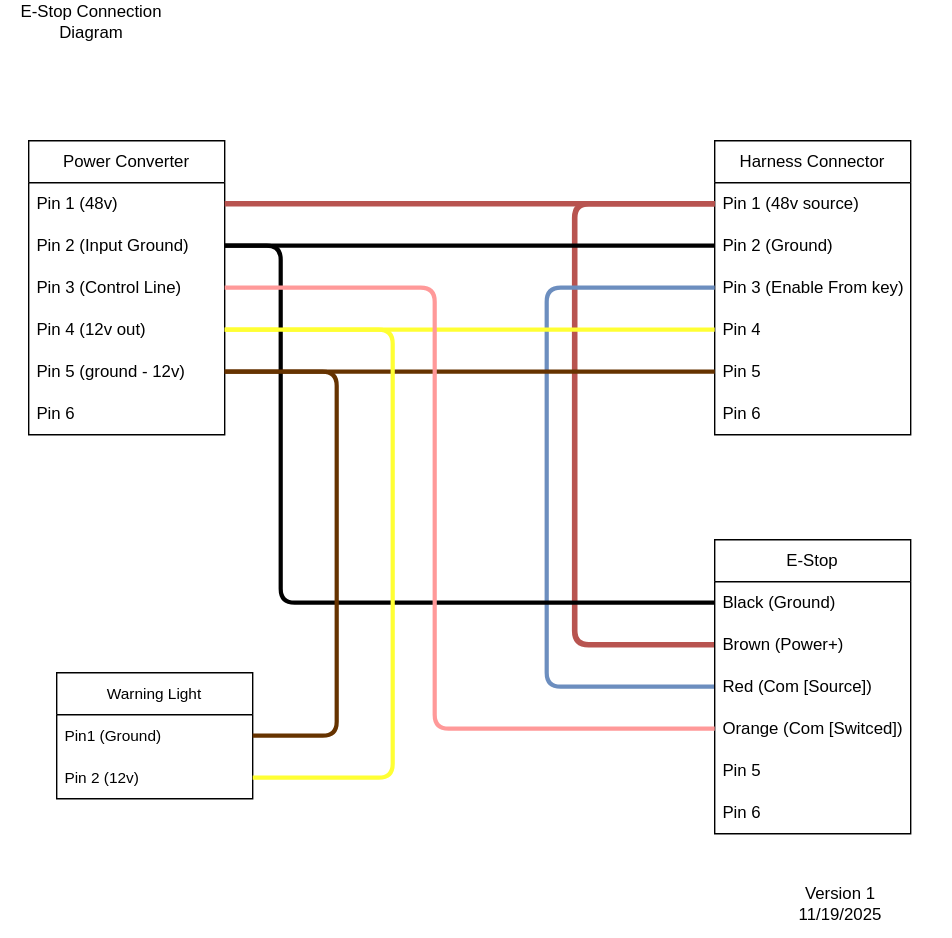
Earlier version of the draw.io export docs/estop_harness.drawio.svg (casmer/mower_controller). Source tidied: cells renumbered, new cells last; positions are measured from the earlier drawing's top-left corner, leaving out a move shared by most shapes.
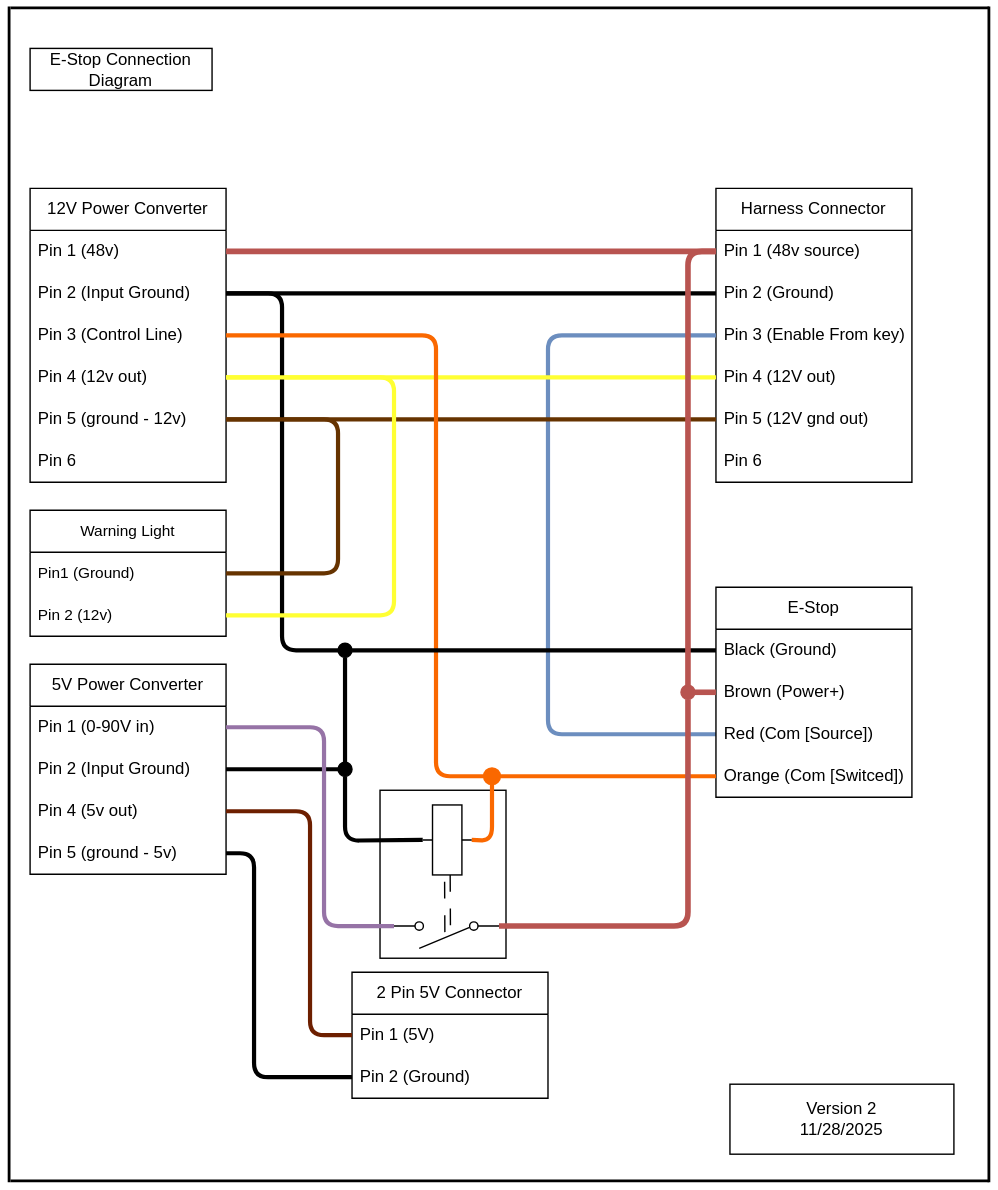
Later version of the same file.

Commit message:
estop wiring harness diagram

Change to the diagram source:
```diff
@@ -4,3 +4,6 @@
     <mxCell id="1" parent="0" />
+    <mxCell id="38" style="rounded=0;whiteSpace=wrap;html=1;fontFamily=Helvetica;fontSize=11;fontColor=default;labelBackgroundColor=default;" parent="1" vertex="1">
+      <mxGeometry x="270" y="530" width="90" height="120" as="geometry" />
+    </mxCell>
-    <mxCell id="2" value="Power Converter" style="swimlane;fontStyle=0;horizontal=1;startSize=30;whiteSpace=wrap;html=1;" parent="1" vertex="1">
+    <mxCell id="2" value="12V Power Converter" style="swimlane;fontStyle=0;horizontal=1;startSize=30;whiteSpace=wrap;html=1;" parent="1" vertex="1">
       <mxGeometry x="20" y="100" width="140" height="210" as="geometry" />
@@ -37,6 +40,6 @@
     </mxCell>
-    <mxCell id="13" value="Pin 4" style="text;strokeColor=none;fillColor=none;align=left;verticalAlign=middle;spacingLeft=4;spacingRight=4;overflow=hidden;points=[[0,0.5],[1,0.5]];portConstraint=eastwest;whiteSpace=wrap;html=1;" parent="9" vertex="1">
+    <mxCell id="13" value="Pin 4 (12V out)" style="text;strokeColor=none;fillColor=none;align=left;verticalAlign=middle;spacingLeft=4;spacingRight=4;overflow=hidden;points=[[0,0.5],[1,0.5]];portConstraint=eastwest;whiteSpace=wrap;html=1;" parent="9" vertex="1">
       <mxGeometry y="120" width="140" height="30" as="geometry" />
     </mxCell>
-    <mxCell id="14" value="Pin 5" style="text;strokeColor=none;fillColor=none;align=left;verticalAlign=middle;spacingLeft=4;spacingRight=4;overflow=hidden;points=[[0,0.5],[1,0.5]];portConstraint=eastwest;whiteSpace=wrap;html=1;" parent="9" vertex="1">
+    <mxCell id="14" value="Pin 5 (12V gnd out)" style="text;strokeColor=none;fillColor=none;align=left;verticalAlign=middle;spacingLeft=4;spacingRight=4;overflow=hidden;points=[[0,0.5],[1,0.5]];portConstraint=eastwest;whiteSpace=wrap;html=1;" parent="9" vertex="1">
       <mxGeometry y="150" width="140" height="30" as="geometry" />
@@ -46,10 +49,2 @@
     </mxCell>
-    <mxCell id="16" style="edgeStyle=none;html=1;entryX=0;entryY=0.5;entryDx=0;entryDy=0;exitX=0;exitY=0.5;exitDx=0;exitDy=0;rounded=1;strokeColor=#b85450;align=center;verticalAlign=middle;fontFamily=Helvetica;fontSize=11;fontColor=default;labelBackgroundColor=default;endArrow=none;endFill=0;fillColor=#f8cecc;strokeWidth=4;jumpStyle=arc;" parent="1" edge="1" source="23" target="10">
-      <mxGeometry relative="1" as="geometry">
-        <Array as="points">
-          <mxPoint x="410" y="460" />
-          <mxPoint x="410" y="145" />
-        </Array>
-      </mxGeometry>
-    </mxCell>
     <mxCell id="17" style="edgeStyle=none;html=1;entryX=0;entryY=0.5;entryDx=0;entryDy=0;rounded=1;strokeColor=default;align=center;verticalAlign=middle;fontFamily=Helvetica;fontSize=11;fontColor=default;labelBackgroundColor=default;endArrow=none;endFill=0;strokeWidth=3;jumpStyle=none;" parent="1" edge="1" source="4" target="11">
@@ -72,3 +67,3 @@
     <mxCell id="21" value="E-Stop" style="swimlane;fontStyle=0;horizontal=1;startSize=30;whiteSpace=wrap;html=1;" parent="1" vertex="1">
-      <mxGeometry x="510" y="385" width="140" height="210" as="geometry" />
+      <mxGeometry x="510" y="385" width="140" height="150" as="geometry" />
     </mxCell>
@@ -86,10 +81,6 @@
     </mxCell>
-    <mxCell id="26" value="Pin 5" style="text;strokeColor=none;fillColor=none;align=left;verticalAlign=middle;spacingLeft=4;spacingRight=4;overflow=hidden;whiteSpace=wrap;html=1;" parent="21" vertex="1">
-      <mxGeometry y="150" width="140" height="30" as="geometry" />
-    </mxCell>
-    <mxCell id="27" value="Pin 6" style="text;strokeColor=none;fillColor=none;align=left;verticalAlign=middle;spacingLeft=4;spacingRight=4;overflow=hidden;whiteSpace=wrap;html=1;" parent="21" vertex="1">
-      <mxGeometry y="180" width="140" height="30" as="geometry" />
-    </mxCell>
-    <mxCell id="28" style="edgeStyle=none;html=1;entryX=0;entryY=0.5;entryDx=0;entryDy=0;rounded=1;strokeColor=default;align=center;verticalAlign=middle;fontFamily=Helvetica;fontSize=11;fontColor=default;labelBackgroundColor=default;endArrow=none;endFill=0;strokeWidth=3;jumpStyle=none;" parent="1" edge="1" source="4" target="22">
+    <mxCell id="28" style="edgeStyle=none;html=1;rounded=1;strokeColor=default;align=center;verticalAlign=middle;fontFamily=Helvetica;fontSize=11;fontColor=default;labelBackgroundColor=default;endArrow=none;endFill=0;strokeWidth=3;jumpStyle=none;entryX=0;entryY=0.5;entryDx=0;entryDy=0;" parent="1" edge="1">
       <mxGeometry relative="1" as="geometry">
+        <mxPoint x="160" y="175" as="sourcePoint" />
+        <mxPoint x="240" y="430" as="targetPoint" />
         <Array as="points">
@@ -97,2 +88,3 @@
           <mxPoint x="200" y="430" />
+          <mxPoint x="220" y="430" />
         </Array>
@@ -101,3 +93,3 @@
     <mxCell id="29" value="Warning Light" style="swimlane;fontStyle=0;horizontal=1;startSize=30;whiteSpace=wrap;html=1;fontFamily=Helvetica;fontSize=11;fontColor=default;labelBackgroundColor=default;" parent="1" vertex="1">
-      <mxGeometry x="40" y="480" width="140" height="90" as="geometry" />
+      <mxGeometry x="20" y="330" width="140" height="90" as="geometry" />
     </mxCell>
@@ -112,3 +104,3 @@
         <Array as="points">
-          <mxPoint x="240" y="525" />
+          <mxPoint x="240" y="375" />
           <mxPoint x="240" y="265" />
@@ -120,3 +112,3 @@
         <Array as="points">
-          <mxPoint x="280" y="555" />
+          <mxPoint x="280" y="405" />
           <mxPoint x="280" y="235" />
@@ -128,3 +120,3 @@
     </mxCell>
-    <mxCell id="35" style="edgeStyle=none;shape=connector;rounded=1;html=1;entryX=0;entryY=0.5;entryDx=0;entryDy=0;strokeColor=#FF9999;align=center;verticalAlign=middle;fontFamily=Helvetica;fontSize=11;fontColor=default;labelBackgroundColor=default;endArrow=none;endFill=0;fillColor=#fad9d5;strokeWidth=3;jumpStyle=none;shadow=0;curved=0;targetPerimeterSpacing=0;startSize=2;endSize=1;" parent="1" edge="1" source="5" target="25">
+    <mxCell id="35" style="edgeStyle=none;shape=connector;rounded=1;html=1;strokeColor=#FA6800;align=center;verticalAlign=middle;fontFamily=Helvetica;fontSize=11;fontColor=default;labelBackgroundColor=default;endArrow=none;endFill=0;fillColor=#fa6800;strokeWidth=3;jumpStyle=none;shadow=0;curved=0;targetPerimeterSpacing=0;startSize=2;endSize=1;entryX=0;entryY=0.5;entryDx=0;entryDy=0;" parent="1" edge="1" source="5" target="57">
       <mxGeometry relative="1" as="geometry">
@@ -136,8 +128,140 @@
     </mxCell>
-    <mxCell id="36" value="E-Stop Connection Diagram" style="text;html=1;align=center;verticalAlign=middle;whiteSpace=wrap;rounded=0;" parent="1" vertex="1">
-      <mxGeometry width="130" height="30" as="geometry" />
+    <mxCell id="36" value="E-Stop Connection Diagram" style="text;html=1;align=center;verticalAlign=middle;whiteSpace=wrap;rounded=0;strokeColor=default;" parent="1" vertex="1">
+      <mxGeometry x="20" width="130" height="30" as="geometry" />
     </mxCell>
-    <mxCell id="37" value="Version 1&lt;div&gt;11/19/2025&lt;/div&gt;" style="text;html=1;align=center;verticalAlign=middle;whiteSpace=wrap;rounded=0;" parent="1" vertex="1">
-      <mxGeometry x="520" y="620" width="160" height="50" as="geometry" />
+    <mxCell id="37" value="Version 2&lt;div&gt;11/28/2025&lt;/div&gt;" style="text;html=1;align=center;verticalAlign=middle;whiteSpace=wrap;rounded=0;strokeColor=default;" parent="1" vertex="1">
+      <mxGeometry x="520" y="740" width="160" height="50" as="geometry" />
     </mxCell>
+    <mxCell id="39" value="5V Power Converter" style="swimlane;fontStyle=0;horizontal=1;startSize=30;whiteSpace=wrap;html=1;" parent="1" vertex="1">
+      <mxGeometry x="20" y="440" width="140" height="150" as="geometry" />
+    </mxCell>
+    <mxCell id="40" value="Pin 1 (0-90V in)" style="text;strokeColor=none;fillColor=none;align=left;verticalAlign=middle;spacingLeft=4;spacingRight=4;overflow=hidden;points=[[0,0.5],[1,0.5]];portConstraint=eastwest;whiteSpace=wrap;html=1;" parent="39" vertex="1">
+      <mxGeometry y="30" width="140" height="30" as="geometry" />
+    </mxCell>
+    <mxCell id="41" value="Pin 2 (Input Ground)" style="text;strokeColor=none;fillColor=none;align=left;verticalAlign=middle;spacingLeft=4;spacingRight=4;overflow=hidden;points=[[0,0.5],[1,0.5]];portConstraint=eastwest;whiteSpace=wrap;html=1;" parent="39" vertex="1">
+      <mxGeometry y="60" width="140" height="30" as="geometry" />
+    </mxCell>
+    <mxCell id="42" value="Pin 4 (5v out)" style="text;strokeColor=none;fillColor=none;align=left;verticalAlign=middle;spacingLeft=4;spacingRight=4;overflow=hidden;points=[[0,0.5],[1,0.5]];portConstraint=eastwest;whiteSpace=wrap;html=1;" parent="39" vertex="1">
+      <mxGeometry y="90" width="140" height="30" as="geometry" />
+    </mxCell>
+    <mxCell id="43" value="Pin 5 (ground - 5v)" style="text;strokeColor=none;fillColor=none;align=left;verticalAlign=middle;spacingLeft=4;spacingRight=4;overflow=hidden;points=[[0,0.5],[1,0.5]];portConstraint=eastwest;whiteSpace=wrap;html=1;" parent="39" vertex="1">
+      <mxGeometry y="120" width="140" height="30" as="geometry" />
+    </mxCell>
+    <mxCell id="44" value="2 Pin 5V Connector" style="swimlane;fontStyle=0;horizontal=1;startSize=30;whiteSpace=wrap;html=1;" parent="1" vertex="1">
+      <mxGeometry x="250" y="660" width="140" height="90" as="geometry" />
+    </mxCell>
+    <mxCell id="45" value="Pin 1 (5V)" style="text;strokeColor=none;fillColor=none;align=left;verticalAlign=middle;spacingLeft=4;spacingRight=4;overflow=hidden;points=[[0,0.5],[1,0.5]];portConstraint=eastwest;whiteSpace=wrap;html=1;" parent="44" vertex="1">
+      <mxGeometry y="30" width="140" height="30" as="geometry" />
+    </mxCell>
+    <mxCell id="46" value="Pin 2 (Ground)" style="text;strokeColor=none;fillColor=none;align=left;verticalAlign=middle;spacingLeft=4;spacingRight=4;overflow=hidden;points=[[0,0.5],[1,0.5]];portConstraint=eastwest;whiteSpace=wrap;html=1;" parent="44" vertex="1">
+      <mxGeometry y="60" width="140" height="30" as="geometry" />
+    </mxCell>
+    <mxCell id="47" style="edgeStyle=none;html=1;entryX=1;entryY=0.5;entryDx=0;entryDy=0;rounded=1;strokeColor=default;strokeWidth=3;align=center;verticalAlign=middle;fontFamily=Helvetica;fontSize=11;fontColor=default;labelBackgroundColor=default;jumpStyle=none;endArrow=none;endFill=0;" parent="1" edge="1" source="50">
+      <mxGeometry relative="1" as="geometry">
+        <mxPoint x="250" y="430" as="targetPoint" />
+      </mxGeometry>
+    </mxCell>
+    <mxCell id="48" style="edgeStyle=none;shape=connector;rounded=1;jumpStyle=none;html=1;exitX=0.5;exitY=0;exitDx=0;exitDy=0;exitPerimeter=0;strokeColor=default;strokeWidth=3;align=center;verticalAlign=middle;fontFamily=Helvetica;fontSize=11;fontColor=default;labelBackgroundColor=default;endArrow=none;endFill=0;entryX=0.5;entryY=1;entryDx=0;entryDy=0;" parent="1" edge="1" source="52">
+      <mxGeometry relative="1" as="geometry">
+        <mxPoint x="245" y="435" as="targetPoint" />
+      </mxGeometry>
+    </mxCell>
+    <mxCell id="49" style="edgeStyle=none;html=1;entryX=1;entryY=0.5;entryDx=0;entryDy=0;rounded=1;strokeColor=default;strokeWidth=3;align=center;verticalAlign=middle;fontFamily=Helvetica;fontSize=11;fontColor=default;labelBackgroundColor=default;jumpStyle=none;endArrow=none;endFill=0;" parent="1" edge="1" source="22" target="50">
+      <mxGeometry relative="1" as="geometry" />
+    </mxCell>
+    <mxCell id="50" style="ellipse;fillColor=strokeColor;html=1;fontFamily=Helvetica;fontSize=11;fontColor=default;labelBackgroundColor=default;" parent="1" vertex="1">
+      <mxGeometry x="240" y="425" width="10" height="10" as="geometry" />
+    </mxCell>
+    <mxCell id="51" style="edgeStyle=none;shape=connector;rounded=1;jumpStyle=none;html=1;exitX=0.5;exitY=0;exitDx=0;exitDy=0;exitPerimeter=0;strokeColor=default;strokeWidth=3;align=center;verticalAlign=middle;fontFamily=Helvetica;fontSize=11;fontColor=default;labelBackgroundColor=default;endArrow=none;endFill=0;entryX=0.5;entryY=1;entryDx=0;entryDy=0;" parent="1" edge="1" source="65" target="52">
+      <mxGeometry relative="1" as="geometry">
+        <Array as="points">
+          <mxPoint x="245" y="566" />
+        </Array>
+      </mxGeometry>
+    </mxCell>
+    <mxCell id="52" style="ellipse;fillColor=strokeColor;html=1;fontFamily=Helvetica;fontSize=11;fontColor=default;labelBackgroundColor=default;" parent="1" vertex="1">
+      <mxGeometry x="240" y="510" width="10" height="10" as="geometry" />
+    </mxCell>
+    <mxCell id="53" style="edgeStyle=none;shape=connector;rounded=1;jumpStyle=none;html=1;entryX=0;entryY=0.5;entryDx=0;entryDy=0;strokeColor=default;strokeWidth=3;align=center;verticalAlign=middle;fontFamily=Helvetica;fontSize=11;fontColor=default;labelBackgroundColor=default;endArrow=none;endFill=0;exitX=1;exitY=0.5;exitDx=0;exitDy=0;" parent="1" edge="1" source="41" target="52">
+      <mxGeometry relative="1" as="geometry" />
+    </mxCell>
+    <mxCell id="54" style="edgeStyle=none;shape=connector;rounded=1;jumpStyle=none;html=1;exitX=1;exitY=0.8;exitDx=0;exitDy=0;entryX=1;entryY=0.5;entryDx=0;entryDy=0;strokeColor=#9673a6;strokeWidth=3;align=center;verticalAlign=middle;fontFamily=Helvetica;fontSize=11;fontColor=default;labelBackgroundColor=default;endArrow=none;endFill=0;fillColor=#e1d5e7;" parent="1" edge="1" source="64" target="40">
+      <mxGeometry relative="1" as="geometry">
+        <Array as="points">
+          <mxPoint x="230" y="627" />
+          <mxPoint x="230" y="485" />
+        </Array>
+      </mxGeometry>
+    </mxCell>
+    <mxCell id="55" style="edgeStyle=none;shape=connector;rounded=1;jumpStyle=none;html=1;exitX=1;exitY=0.5;exitDx=0;exitDy=0;entryX=0;entryY=0.5;entryDx=0;entryDy=0;strokeColor=#6D1F00;strokeWidth=3;align=center;verticalAlign=middle;fontFamily=Helvetica;fontSize=11;fontColor=default;labelBackgroundColor=default;endArrow=none;endFill=0;fillColor=#a0522d;" parent="1" edge="1" source="42" target="45">
+      <mxGeometry relative="1" as="geometry">
+        <Array as="points">
+          <mxPoint x="220" y="545" />
+          <mxPoint x="220" y="705" />
+        </Array>
+      </mxGeometry>
+    </mxCell>
+    <mxCell id="56" style="edgeStyle=none;shape=connector;rounded=1;jumpStyle=none;html=1;exitX=1;exitY=0.5;exitDx=0;exitDy=0;entryX=0;entryY=0.5;entryDx=0;entryDy=0;strokeColor=default;strokeWidth=3;align=center;verticalAlign=middle;fontFamily=Helvetica;fontSize=11;fontColor=default;labelBackgroundColor=default;endArrow=none;endFill=0;" parent="1" edge="1" source="43" target="46">
+      <mxGeometry relative="1" as="geometry">
+        <Array as="points">
+          <mxPoint x="180" y="575" />
+          <mxPoint x="180" y="735" />
+        </Array>
+      </mxGeometry>
+    </mxCell>
+    <mxCell id="57" style="ellipse;fillColor=#fa6800;html=1;fontFamily=Helvetica;fontSize=11;fontColor=default;labelBackgroundColor=default;strokeColor=#FA6800;rounded=1;shadow=0;strokeWidth=3;align=center;verticalAlign=middle;" parent="1" vertex="1">
+      <mxGeometry x="345" y="515" width="10" height="10" as="geometry" />
+    </mxCell>
+    <mxCell id="58" style="edgeStyle=none;shape=connector;rounded=1;jumpStyle=none;html=1;exitX=0;exitY=0.5;exitDx=0;exitDy=0;entryX=1;entryY=0.5;entryDx=0;entryDy=0;strokeColor=#FA6800;strokeWidth=3;align=center;verticalAlign=middle;fontFamily=Helvetica;fontSize=11;fontColor=default;labelBackgroundColor=default;endArrow=none;endFill=0;fillColor=#fa6800;shadow=0;startSize=2;endSize=1;targetPerimeterSpacing=0;curved=0;" parent="1" edge="1" source="25" target="57">
+      <mxGeometry relative="1" as="geometry" />
+    </mxCell>
+    <mxCell id="59" style="edgeStyle=none;shape=connector;curved=0;rounded=1;jumpStyle=none;html=1;exitX=0.5;exitY=1;exitDx=0;exitDy=0;exitPerimeter=0;entryX=0.5;entryY=1;entryDx=0;entryDy=0;shadow=0;strokeColor=#FA6800;strokeWidth=3;align=center;verticalAlign=middle;fontFamily=Helvetica;fontSize=11;fontColor=default;labelBackgroundColor=default;startSize=2;endArrow=none;endFill=0;endSize=1;targetPerimeterSpacing=0;fillColor=#fa6800;" parent="1" edge="1" source="65" target="57">
+      <mxGeometry relative="1" as="geometry">
+        <Array as="points">
+          <mxPoint x="350" y="566" />
+        </Array>
+      </mxGeometry>
+    </mxCell>
+    <mxCell id="60" style="edgeStyle=none;shape=connector;rounded=1;jumpStyle=none;html=1;exitX=0;exitY=0.5;exitDx=0;exitDy=0;strokeColor=#b85450;strokeWidth=4;align=center;verticalAlign=middle;fontFamily=Helvetica;fontSize=11;fontColor=default;labelBackgroundColor=default;endArrow=none;endFill=0;fillColor=#f8cecc;entryX=0.5;entryY=0;entryDx=0;entryDy=0;" parent="1" edge="1" source="10" target="63">
+      <mxGeometry relative="1" as="geometry">
+        <Array as="points">
+          <mxPoint x="490" y="145" />
+          <mxPoint x="490" y="410" />
+        </Array>
+      </mxGeometry>
+    </mxCell>
+    <mxCell id="61" style="edgeStyle=none;shape=connector;rounded=1;jumpStyle=arc;html=1;exitX=1;exitY=0.5;exitDx=0;exitDy=0;entryX=0;entryY=0.5;entryDx=0;entryDy=0;strokeColor=#b85450;strokeWidth=4;align=center;verticalAlign=middle;fontFamily=Helvetica;fontSize=11;fontColor=default;labelBackgroundColor=default;endArrow=none;endFill=0;fillColor=#f8cecc;" parent="1" edge="1" source="63" target="23">
+      <mxGeometry relative="1" as="geometry" />
+    </mxCell>
+    <mxCell id="62" style="edgeStyle=none;shape=connector;rounded=1;jumpStyle=none;html=1;exitX=0.5;exitY=1;exitDx=0;exitDy=0;entryX=0;entryY=0.8;entryDx=0;entryDy=0;strokeColor=#b85450;strokeWidth=4;align=center;verticalAlign=middle;fontFamily=Helvetica;fontSize=11;fontColor=default;labelBackgroundColor=default;endArrow=none;endFill=0;fillColor=#f8cecc;" parent="1" edge="1" source="63" target="64">
+      <mxGeometry relative="1" as="geometry">
+        <Array as="points">
+          <mxPoint x="490" y="627" />
+        </Array>
+      </mxGeometry>
+    </mxCell>
+    <mxCell id="63" style="ellipse;fillColor=strokeColor;html=1;fontFamily=Helvetica;fontSize=11;fontColor=default;labelBackgroundColor=default;strokeColor=#B85450;" parent="1" vertex="1">
+      <mxGeometry x="485" y="455" width="10" height="10" as="geometry" />
+    </mxCell>
+    <mxCell id="64" style="html=1;shape=mxgraph.electrical.electro-mechanical.singleSwitch;elSwitchState=off;rotation=-180;" parent="1" vertex="1">
+      <mxGeometry x="280" y="623" width="75" height="20" as="geometry" />
+    </mxCell>
+    <mxCell id="65" style="verticalLabelPosition=bottom;shadow=0;dashed=0;align=center;html=1;verticalAlign=top;shape=mxgraph.electrical.electro-mechanical.relay_coil;rotation=-90;" parent="1" vertex="1">
+      <mxGeometry x="293" y="548" width="50" height="35" as="geometry" />
+    </mxCell>
+    <mxCell id="66" style="html=1;entryX=0.489;entryY=0.583;entryDx=0;entryDy=0;entryPerimeter=0;shape=link;dashed=1;dashPattern=12 12;" parent="1" edge="1" source="65" target="64">
+      <mxGeometry relative="1" as="geometry" />
+    </mxCell>
+    <mxCell id="67" style="line;strokeWidth=2;direction=south;html=1;fontFamily=Helvetica;fontSize=11;fontColor=default;labelBackgroundColor=default;" parent="1" vertex="1">
+      <mxGeometry y="-30" width="10" height="840" as="geometry" />
+    </mxCell>
+    <mxCell id="68" style="line;strokeWidth=2;direction=south;html=1;fontFamily=Helvetica;fontSize=11;fontColor=default;labelBackgroundColor=default;" parent="1" vertex="1">
+      <mxGeometry x="700" y="-30" width="10" height="840" as="geometry" />
+    </mxCell>
+    <mxCell id="69" style="line;strokeWidth=2;html=1;fontFamily=Helvetica;fontSize=11;fontColor=default;labelBackgroundColor=default;" parent="1" vertex="1">
+      <mxGeometry x="6" y="804" width="699" height="10" as="geometry" />
+    </mxCell>
+    <mxCell id="70" style="line;strokeWidth=2;html=1;fontFamily=Helvetica;fontSize=11;fontColor=default;labelBackgroundColor=default;" parent="1" vertex="1">
+      <mxGeometry x="6" y="-34" width="699" height="10" as="geometry" />
+    </mxCell>
   </root>
```
